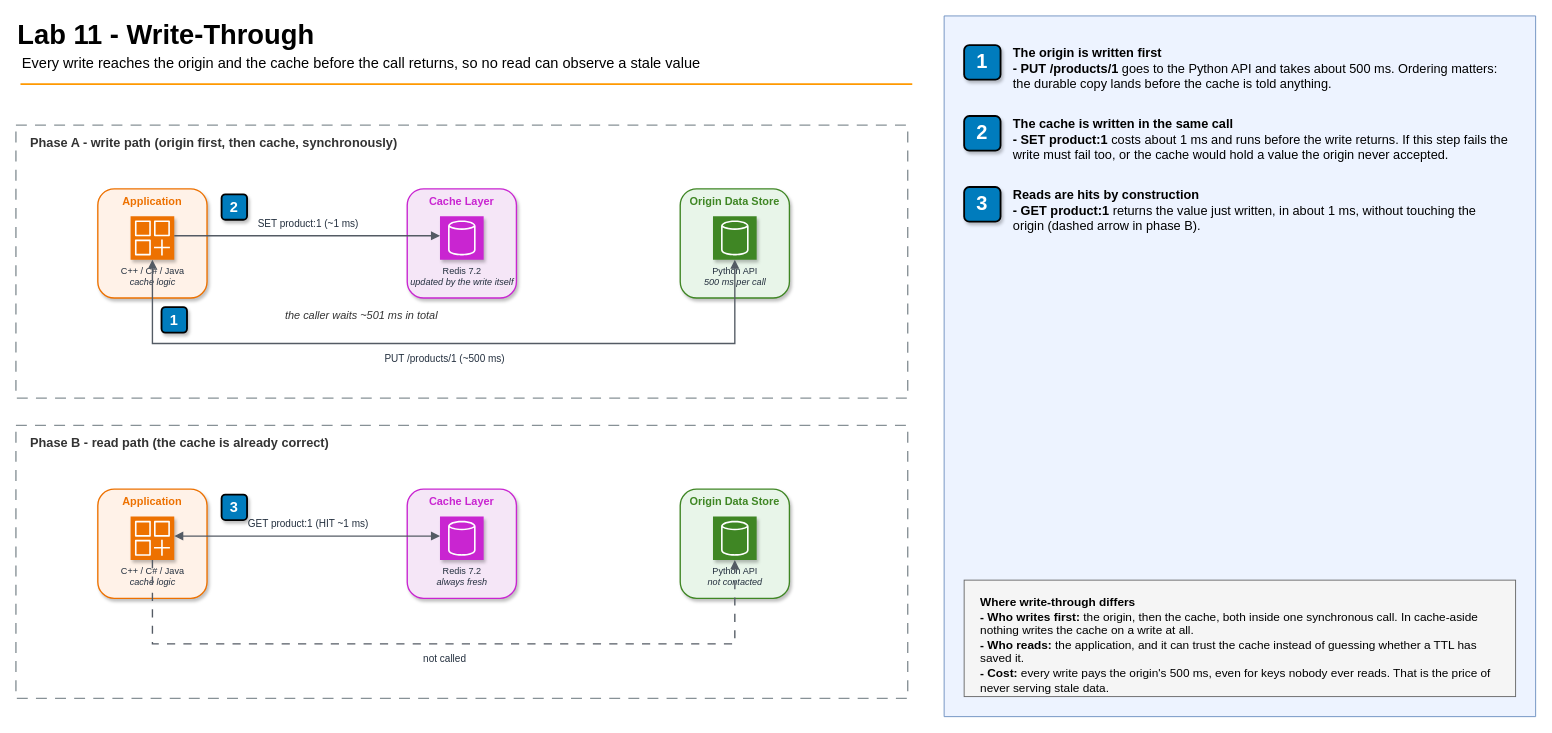
Before: 11-caching/diagrams/lab11-write-through.drawio in gamaware/system-design-course, a draw.io diagram. Source tidied: cells renumbered, new cells numbered last; positions are measured from the earlier drawing's top-left corner, leaving out a move shared by most shapes. Both pictures are drawn from the tidied source at 91%, with x=0, y=0 at pixel (15, 15). Pictures stored in the file or linked from it are replaced by grey dashed boxes.
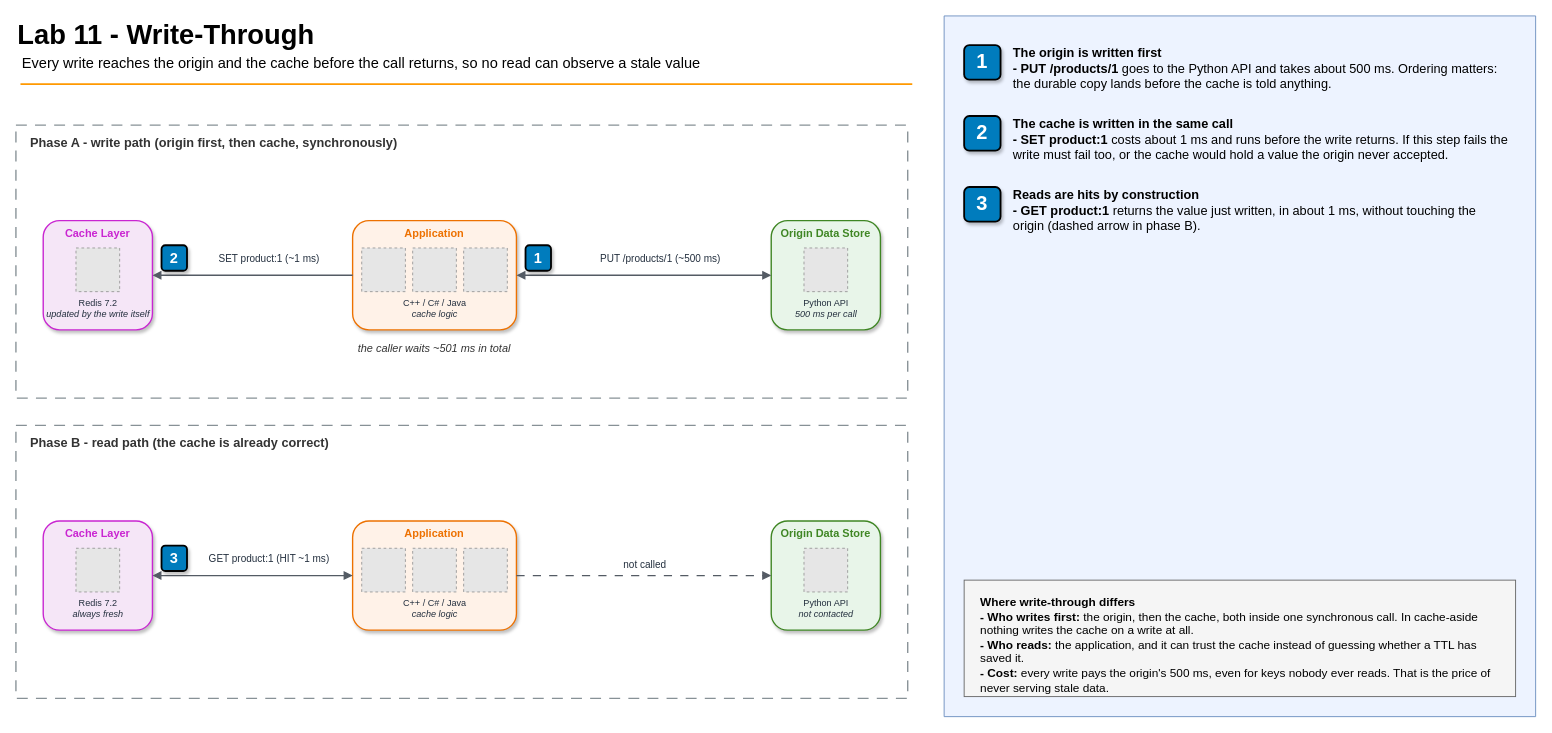
The same diagram, later.

What changed in the source:
```diff
@@
     <mxCell id="7" value="Application" style="rounded=1;html=1;whiteSpace=wrap;fillColor=#FFF2E8;strokeColor=#ED7100;verticalAlign=top;align=center;fontStyle=1;fontSize=12;fontColor=#ED7100;shadow=1;strokeWidth=1.5;fontFamily=Helvetica;" parent="1" vertex="1">
-      <mxGeometry x="90" y="190" width="120" height="120" as="geometry" />
+      <mxGeometry x="370" y="225" width="180" height="120" as="geometry" />
     </mxCell>
-    <mxCell id="8" value="C++ / C# / Java&lt;div&gt;&lt;i&gt;cache logic&lt;/i&gt;&lt;/div&gt;" style="sketch=0;points=[[0,0,0],[0.25,0,0],[0.5,0,0],[0.75,0,0],[1,0,0],[0,1,0],[0.25,1,0],[0.5,1,0],[0.75,1,0],[1,1,0],[0,0.25,0],[0,0.5,0],[0,0.75,0],[1,0.25,0],[1,0.5,0],[1,0.75,0]];outlineConnect=0;fontColor=#232F3E;fillColor=#ED7100;strokeColor=#ffffff;dashed=0;verticalLabelPosition=bottom;verticalAlign=top;align=center;html=1;fontSize=10;fontStyle=0;shape=mxgraph.aws4.resourceIcon;resIcon=mxgraph.aws4.generic_application;shadow=1;fontFamily=Helvetica;" parent="7" vertex="1">
-      <mxGeometry x="36" y="30" width="48" height="48" as="geometry" />
+    <mxCell id="8" value="C++ / C# / Java&lt;div&gt;&lt;i&gt;cache logic&lt;/i&gt;&lt;/div&gt;" style="fillColor=#E6E6E6;strokeColor=#999999;dashed=1;verticalLabelPosition=bottom;verticalAlign=top;align=center;html=1;labelBackgroundColor=none;fontSize=10;fontColor=#232F3E;fontFamily=Helvetica;" parent="7" vertex="1">
+      <mxGeometry x="66" y="30" width="48" height="48" as="geometry" />
     </mxCell>
+    <mxCell id="41" style="fillColor=#E6E6E6;strokeColor=#999999;dashed=1;verticalLabelPosition=bottom;verticalAlign=top;align=center;html=1;labelBackgroundColor=none;fontSize=10;fontColor=#232F3E;fontFamily=Helvetica;" parent="7" vertex="1">
+      <mxGeometry x="122" y="30" width="48" height="48" as="geometry" />
+    </mxCell>
+    <mxCell id="42" style="fillColor=#E6E6E6;strokeColor=#999999;dashed=1;verticalLabelPosition=bottom;verticalAlign=top;align=center;html=1;labelBackgroundColor=none;fontSize=10;fontColor=#232F3E;fontFamily=Helvetica;" parent="7" vertex="1">
+      <mxGeometry x="10" y="30" width="48" height="48" as="geometry" />
+    </mxCell>
     <mxCell id="9" value="Cache Layer" style="rounded=1;html=1;whiteSpace=wrap;fillColor=#F5E6F7;strokeColor=#C925D1;verticalAlign=top;align=center;fontStyle=1;fontSize=12;fontColor=#C925D1;shadow=1;strokeWidth=1.5;fontFamily=Helvetica;" parent="1" vertex="1">
-      <mxGeometry x="430" y="190" width="120" height="120" as="geometry" />
+      <mxGeometry x="30" y="225" width="120" height="120" as="geometry" />
     </mxCell>
-    <mxCell id="10" value="Redis 7.2&lt;div&gt;&lt;i&gt;updated by the write itself&lt;/i&gt;&lt;/div&gt;" style="sketch=0;points=[[0,0,0],[0.25,0,0],[0.5,0,0],[0.75,0,0],[1,0,0],[0,1,0],[0.25,1,0],[0.5,1,0],[0.75,1,0],[1,1,0],[0,0.25,0],[0,0.5,0],[0,0.75,0],[1,0.25,0],[1,0.5,0],[1,0.75,0]];outlineConnect=0;fontColor=#232F3E;fillColor=#C925D1;strokeColor=#ffffff;dashed=0;verticalLabelPosition=bottom;verticalAlign=top;align=center;html=1;fontSize=10;fontStyle=0;shape=mxgraph.aws4.resourceIcon;resIcon=mxgraph.aws4.generic_database;shadow=1;fontFamily=Helvetica;" parent="9" vertex="1">
+    <mxCell id="10" value="Redis 7.2&lt;div&gt;&lt;i&gt;updated by the write itself&lt;/i&gt;&lt;/div&gt;" style="fillColor=#E6E6E6;strokeColor=#999999;dashed=1;verticalLabelPosition=bottom;verticalAlign=top;align=center;html=1;labelBackgroundColor=none;fontSize=10;fontColor=#232F3E;fontFamily=Helvetica;" parent="9" vertex="1">
       <mxGeometry x="36" y="30" width="48" height="48" as="geometry" />
     </mxCell>
     <mxCell id="11" value="Origin Data Store" style="rounded=1;html=1;whiteSpace=wrap;fillColor=#E8F5E9;strokeColor=#3F8624;verticalAlign=top;align=center;fontStyle=1;fontSize=12;fontColor=#3F8624;shadow=1;strokeWidth=1.5;fontFamily=Helvetica;" parent="1" vertex="1">
-      <mxGeometry x="730" y="190" width="120" height="120" as="geometry" />
+      <mxGeometry x="830" y="225" width="120" height="120" as="geometry" />
     </mxCell>
-    <mxCell id="12" value="Python API&lt;div&gt;&lt;i&gt;500 ms per call&lt;/i&gt;&lt;/div&gt;" style="sketch=0;points=[[0,0,0],[0.25,0,0],[0.5,0,0],[0.75,0,0],[1,0,0],[0,1,0],[0.25,1,0],[0.5,1,0],[0.75,1,0],[1,1,0],[0,0.25,0],[0,0.5,0],[0,0.75,0],[1,0.25,0],[1,0.5,0],[1,0.75,0]];outlineConnect=0;fontColor=#232F3E;fillColor=#3F8624;strokeColor=#ffffff;dashed=0;verticalLabelPosition=bottom;verticalAlign=top;align=center;html=1;fontSize=10;fontStyle=0;shape=mxgraph.aws4.resourceIcon;resIcon=mxgraph.aws4.generic_database;shadow=1;fontFamily=Helvetica;" parent="11" vertex="1">
+    <mxCell id="12" value="Python API&lt;div&gt;&lt;i&gt;500 ms per call&lt;/i&gt;&lt;/div&gt;" style="fillColor=#E6E6E6;strokeColor=#999999;dashed=1;verticalLabelPosition=bottom;verticalAlign=top;align=center;html=1;labelBackgroundColor=none;fontSize=10;fontColor=#232F3E;fontFamily=Helvetica;" parent="11" vertex="1">
       <mxGeometry x="36" y="30" width="48" height="48" as="geometry" />
     </mxCell>
-    <mxCell id="13" style="edgeStyle=orthogonalEdgeStyle;html=1;rounded=0;jettySize=auto;elbow=vertical;endArrow=block;endFill=1;strokeColor=#545B64;strokeWidth=1.5;fontFamily=Helvetica;exitX=0.5;exitY=1;exitDx=0;exitDy=0;entryX=0.5;entryY=1;entryDx=0;entryDy=0;startArrow=block;startFill=1;" parent="1" edge="1" source="8" target="12">
-      <mxGeometry relative="1" as="geometry">
-        <Array as="points">
-          <mxPoint x="150" y="360" />
-          <mxPoint x="790" y="360" />
-        </Array>
-      </mxGeometry>
+    <mxCell id="13" style="edgeStyle=orthogonalEdgeStyle;rounded=0;jettySize=auto;html=1;strokeColor=#545B64;strokeWidth=1.5;endArrow=block;endFill=1;fontFamily=Helvetica;fontSize=11;jumpStyle=arc;jumpSize=10;labelBackgroundColor=default;exitX=1;exitY=0.5;exitDx=0;exitDy=0;entryX=0;entryY=0.5;entryDx=0;entryDy=0;startArrow=block;startFill=1;" parent="1" edge="1" source="7" target="11">
+      <mxGeometry relative="1" as="geometry" />
     </mxCell>
-    <mxCell id="14" value="PUT /products/1  (~500 ms)" style="edgeLabel;html=1;align=center;verticalAlign=middle;labelBackgroundColor=none;fontSize=11;fontColor=light-dark(#232F3E,#F5F5F5);fontFamily=Helvetica;" parent="13" vertex="1">
+    <mxCell id="14" value="PUT /products/1  (~500 ms)" style="edgeLabel;html=1;align=center;verticalAlign=middle;labelBackgroundColor=default;fontSize=11;fontColor=light-dark(#232F3E,#F5F5F5);fontFamily=Helvetica;" parent="13" vertex="1">
       <mxGeometry relative="1" as="geometry">
-        <mxPoint y="16" as="offset" />
+        <mxPoint x="17" y="-19" as="offset" />
       </mxGeometry>
     </mxCell>
-    <mxCell id="15" style="edgeStyle=orthogonalEdgeStyle;html=1;rounded=0;jettySize=auto;elbow=vertical;endArrow=block;endFill=1;strokeColor=#545B64;strokeWidth=1.5;fontFamily=Helvetica;exitX=1;exitY=0.45;exitDx=0;exitDy=0;entryX=0;entryY=0.45;entryDx=0;entryDy=0;startArrow=none;" parent="1" edge="1" source="8" target="10">
+    <mxCell id="15" style="edgeStyle=orthogonalEdgeStyle;rounded=0;jettySize=auto;html=1;strokeColor=#545B64;strokeWidth=1.5;endArrow=block;endFill=1;fontFamily=Helvetica;fontSize=11;jumpStyle=arc;jumpSize=10;labelBackgroundColor=default;exitX=0;exitY=0.5;exitDx=0;exitDy=0;entryX=1;entryY=0.5;entryDx=0;entryDy=0;startArrow=none;" parent="1" edge="1" source="7" target="9">
       <mxGeometry relative="1" as="geometry" />
     </mxCell>
-    <mxCell id="16" value="SET product:1  (~1 ms)" style="edgeLabel;html=1;align=center;verticalAlign=middle;labelBackgroundColor=none;fontSize=11;fontColor=light-dark(#232F3E,#F5F5F5);fontFamily=Helvetica;" parent="15" vertex="1">
+    <mxCell id="16" value="SET product:1  (~1 ms)" style="edgeLabel;html=1;align=center;verticalAlign=middle;labelBackgroundColor=default;fontSize=11;fontColor=light-dark(#232F3E,#F5F5F5);fontFamily=Helvetica;" parent="15" vertex="1">
       <mxGeometry relative="1" as="geometry">
-        <mxPoint y="-14" as="offset" />
+        <mxPoint x="17" y="-19" as="offset" />
       </mxGeometry>
     </mxCell>
     <mxCell id="17" value="1" style="rounded=1;whiteSpace=wrap;html=1;fillColor=#007CBD;strokeColor=default;fontColor=#FFFFFF;fontStyle=1;fontSize=16;shadow=1;glass=0;strokeWidth=2;align=center;verticalAlign=middle;labelBackgroundColor=none;fontFamily=Helvetica;" parent="1" vertex="1">
-      <mxGeometry x="160" y="320" width="28" height="28" as="geometry" />
+      <mxGeometry x="560" y="252" width="28" height="28" as="geometry" />
     </mxCell>
     <mxCell id="18" value="2" style="rounded=1;whiteSpace=wrap;html=1;fillColor=#007CBD;strokeColor=default;fontColor=#FFFFFF;fontStyle=1;fontSize=16;shadow=1;glass=0;strokeWidth=2;align=center;verticalAlign=middle;labelBackgroundColor=none;fontFamily=Helvetica;" parent="1" vertex="1">
-      <mxGeometry x="226" y="196" width="28" height="28" as="geometry" />
+      <mxGeometry x="160" y="252" width="28" height="28" as="geometry" />
     </mxCell>
     <mxCell id="19" value="the caller waits ~501 ms in total" style="text;html=1;whiteSpace=wrap;strokeColor=none;fillColor=none;align=center;verticalAlign=middle;fontSize=12;fontStyle=2;fontColor=light-dark(#333333,#FAFAFA);fontFamily=Helvetica;" parent="1" vertex="1">
-      <mxGeometry x="250" y="318" width="260" height="22" as="geometry" />
+      <mxGeometry x="330" y="355" width="260" height="22" as="geometry" />
     </mxCell>
@@
     <mxCell id="21" value="Application" style="rounded=1;html=1;whiteSpace=wrap;fillColor=#FFF2E8;strokeColor=#ED7100;verticalAlign=top;align=center;fontStyle=1;fontSize=12;fontColor=#ED7100;shadow=1;strokeWidth=1.5;fontFamily=Helvetica;" parent="1" vertex="1">
-      <mxGeometry x="90" y="520" width="120" height="120" as="geometry" />
+      <mxGeometry x="370" y="555" width="180" height="120" as="geometry" />
     </mxCell>
-    <mxCell id="22" value="C++ / C# / Java&lt;div&gt;&lt;i&gt;cache logic&lt;/i&gt;&lt;/div&gt;" style="sketch=0;points=[[0,0,0],[0.25,0,0],[0.5,0,0],[0.75,0,0],[1,0,0],[0,1,0],[0.25,1,0],[0.5,1,0],[0.75,1,0],[1,1,0],[0,0.25,0],[0,0.5,0],[0,0.75,0],[1,0.25,0],[1,0.5,0],[1,0.75,0]];outlineConnect=0;fontColor=#232F3E;fillColor=#ED7100;strokeColor=#ffffff;dashed=0;verticalLabelPosition=bottom;verticalAlign=top;align=center;html=1;fontSize=10;fontStyle=0;shape=mxgraph.aws4.resourceIcon;resIcon=mxgraph.aws4.generic_application;shadow=1;fontFamily=Helvetica;" parent="21" vertex="1">
-      <mxGeometry x="36" y="30" width="48" height="48" as="geometry" />
+    <mxCell id="22" value="C++ / C# / Java&lt;div&gt;&lt;i&gt;cache logic&lt;/i&gt;&lt;/div&gt;" style="fillColor=#E6E6E6;strokeColor=#999999;dashed=1;verticalLabelPosition=bottom;verticalAlign=top;align=center;html=1;labelBackgroundColor=none;fontSize=10;fontColor=#232F3E;fontFamily=Helvetica;" parent="21" vertex="1">
+      <mxGeometry x="66" y="30" width="48" height="48" as="geometry" />
     </mxCell>
+    <mxCell id="43" style="fillColor=#E6E6E6;strokeColor=#999999;dashed=1;verticalLabelPosition=bottom;verticalAlign=top;align=center;html=1;labelBackgroundColor=none;fontSize=10;fontColor=#232F3E;fontFamily=Helvetica;" parent="21" vertex="1">
+      <mxGeometry x="122" y="30" width="48" height="48" as="geometry" />
+    </mxCell>
+    <mxCell id="44" style="fillColor=#E6E6E6;strokeColor=#999999;dashed=1;verticalLabelPosition=bottom;verticalAlign=top;align=center;html=1;labelBackgroundColor=none;fontSize=10;fontColor=#232F3E;fontFamily=Helvetica;" parent="21" vertex="1">
+      <mxGeometry x="10" y="30" width="48" height="48" as="geometry" />
+    </mxCell>
     <mxCell id="23" value="Cache Layer" style="rounded=1;html=1;whiteSpace=wrap;fillColor=#F5E6F7;strokeColor=#C925D1;verticalAlign=top;align=center;fontStyle=1;fontSize=12;fontColor=#C925D1;shadow=1;strokeWidth=1.5;fontFamily=Helvetica;" parent="1" vertex="1">
-      <mxGeometry x="430" y="520" width="120" height="120" as="geometry" />
+      <mxGeometry x="30" y="555" width="120" height="120" as="geometry" />
     </mxCell>
-    <mxCell id="24" value="Redis 7.2&lt;div&gt;&lt;i&gt;always fresh&lt;/i&gt;&lt;/div&gt;" style="sketch=0;points=[[0,0,0],[0.25,0,0],[0.5,0,0],[0.75,0,0],[1,0,0],[0,1,0],[0.25,1,0],[0.5,1,0],[0.75,1,0],[1,1,0],[0,0.25,0],[0,0.5,0],[0,0.75,0],[1,0.25,0],[1,0.5,0],[1,0.75,0]];outlineConnect=0;fontColor=#232F3E;fillColor=#C925D1;strokeColor=#ffffff;dashed=0;verticalLabelPosition=bottom;verticalAlign=top;align=center;html=1;fontSize=10;fontStyle=0;shape=mxgraph.aws4.resourceIcon;resIcon=mxgraph.aws4.generic_database;shadow=1;fontFamily=Helvetica;" parent="23" vertex="1">
+    <mxCell id="24" value="Redis 7.2&lt;div&gt;&lt;i&gt;always fresh&lt;/i&gt;&lt;/div&gt;" style="fillColor=#E6E6E6;strokeColor=#999999;dashed=1;verticalLabelPosition=bottom;verticalAlign=top;align=center;html=1;labelBackgroundColor=none;fontSize=10;fontColor=#232F3E;fontFamily=Helvetica;" parent="23" vertex="1">
       <mxGeometry x="36" y="30" width="48" height="48" as="geometry" />
     </mxCell>
     <mxCell id="25" value="Origin Data Store" style="rounded=1;html=1;whiteSpace=wrap;fillColor=#E8F5E9;strokeColor=#3F8624;verticalAlign=top;align=center;fontStyle=1;fontSize=12;fontColor=#3F8624;shadow=1;strokeWidth=1.5;fontFamily=Helvetica;" parent="1" vertex="1">
-      <mxGeometry x="730" y="520" width="120" height="120" as="geometry" />
+      <mxGeometry x="830" y="555" width="120" height="120" as="geometry" />
     </mxCell>
-    <mxCell id="26" value="Python API&lt;div&gt;&lt;i&gt;not contacted&lt;/i&gt;&lt;/div&gt;" style="sketch=0;points=[[0,0,0],[0.25,0,0],[0.5,0,0],[0.75,0,0],[1,0,0],[0,1,0],[0.25,1,0],[0.5,1,0],[0.75,1,0],[1,1,0],[0,0.25,0],[0,0.5,0],[0,0.75,0],[1,0.25,0],[1,0.5,0],[1,0.75,0]];outlineConnect=0;fontColor=#232F3E;fillColor=#3F8624;strokeColor=#ffffff;dashed=0;verticalLabelPosition=bottom;verticalAlign=top;align=center;html=1;fontSize=10;fontStyle=0;shape=mxgraph.aws4.resourceIcon;resIcon=mxgraph.aws4.generic_database;shadow=1;fontFamily=Helvetica;" parent="25" vertex="1">
+    <mxCell id="26" value="Python API&lt;div&gt;&lt;i&gt;not contacted&lt;/i&gt;&lt;/div&gt;" style="fillColor=#E6E6E6;strokeColor=#999999;dashed=1;verticalLabelPosition=bottom;verticalAlign=top;align=center;html=1;labelBackgroundColor=none;fontSize=10;fontColor=#232F3E;fontFamily=Helvetica;" parent="25" vertex="1">
       <mxGeometry x="36" y="30" width="48" height="48" as="geometry" />
     </mxCell>
-    <mxCell id="27" style="edgeStyle=orthogonalEdgeStyle;html=1;rounded=0;jettySize=auto;elbow=vertical;endArrow=block;endFill=1;strokeColor=#545B64;strokeWidth=1.5;fontFamily=Helvetica;exitX=1;exitY=0.45;exitDx=0;exitDy=0;entryX=0;entryY=0.45;entryDx=0;entryDy=0;startArrow=block;startFill=1;" parent="1" edge="1" source="22" target="24">
+    <mxCell id="27" style="edgeStyle=orthogonalEdgeStyle;rounded=0;jettySize=auto;html=1;strokeColor=#545B64;strokeWidth=1.5;endArrow=block;endFill=1;fontFamily=Helvetica;fontSize=11;jumpStyle=arc;jumpSize=10;labelBackgroundColor=default;exitX=0;exitY=0.5;exitDx=0;exitDy=0;entryX=1;entryY=0.5;entryDx=0;entryDy=0;startArrow=block;startFill=1;" parent="1" edge="1" source="21" target="23">
       <mxGeometry relative="1" as="geometry" />
     </mxCell>
-    <mxCell id="28" value="GET product:1  (HIT ~1 ms)" style="edgeLabel;html=1;align=center;verticalAlign=middle;labelBackgroundColor=none;fontSize=11;fontColor=light-dark(#232F3E,#F5F5F5);fontFamily=Helvetica;" parent="27" vertex="1">
+    <mxCell id="28" value="GET product:1  (HIT ~1 ms)" style="edgeLabel;html=1;align=center;verticalAlign=middle;labelBackgroundColor=default;fontSize=11;fontColor=light-dark(#232F3E,#F5F5F5);fontFamily=Helvetica;" parent="27" vertex="1">
       <mxGeometry relative="1" as="geometry">
-        <mxPoint y="-14" as="offset" />
+        <mxPoint x="17" y="-19" as="offset" />
       </mxGeometry>
     </mxCell>
-    <mxCell id="29" style="edgeStyle=orthogonalEdgeStyle;html=1;rounded=0;jettySize=auto;elbow=vertical;endArrow=block;endFill=1;strokeColor=#545B64;strokeWidth=1.5;fontFamily=Helvetica;exitX=0.5;exitY=1;exitDx=0;exitDy=0;entryX=0.5;entryY=1;entryDx=0;entryDy=0;startArrow=none;dashed=1;dashPattern=6 6;" parent="1" edge="1" source="22" target="26">
-      <mxGeometry relative="1" as="geometry">
-        <Array as="points">
-          <mxPoint x="150" y="690" />
-          <mxPoint x="790" y="690" />
-        </Array>
-      </mxGeometry>
+    <mxCell id="29" style="edgeStyle=orthogonalEdgeStyle;rounded=0;jettySize=auto;html=1;strokeColor=#545B64;strokeWidth=1.5;endArrow=block;endFill=1;fontFamily=Helvetica;fontSize=11;jumpStyle=arc;jumpSize=10;labelBackgroundColor=default;exitX=1;exitY=0.5;exitDx=0;exitDy=0;entryX=0;entryY=0.5;entryDx=0;entryDy=0;startArrow=none;dashed=1;dashPattern=6 6;" parent="1" edge="1" source="21" target="25">
+      <mxGeometry relative="1" as="geometry" />
     </mxCell>
-    <mxCell id="30" value="not called" style="edgeLabel;html=1;align=center;verticalAlign=middle;labelBackgroundColor=none;fontSize=11;fontColor=light-dark(#232F3E,#F5F5F5);fontFamily=Helvetica;" parent="29" vertex="1">
+    <mxCell id="30" value="not called" style="edgeLabel;html=1;align=center;verticalAlign=middle;labelBackgroundColor=default;fontSize=11;fontColor=light-dark(#232F3E,#F5F5F5);fontFamily=Helvetica;" parent="29" vertex="1">
       <mxGeometry relative="1" as="geometry">
-        <mxPoint y="16" as="offset" />
+        <mxPoint y="-13" as="offset" />
       </mxGeometry>
     </mxCell>
     <mxCell id="31" value="3" style="rounded=1;whiteSpace=wrap;html=1;fillColor=#007CBD;strokeColor=default;fontColor=#FFFFFF;fontStyle=1;fontSize=16;shadow=1;glass=0;strokeWidth=2;align=center;verticalAlign=middle;labelBackgroundColor=none;fontFamily=Helvetica;" parent="1" vertex="1">
-      <mxGeometry x="226" y="526" width="28" height="28" as="geometry" />
+      <mxGeometry x="160" y="582" width="28" height="28" as="geometry" />
     </mxCell>
```
